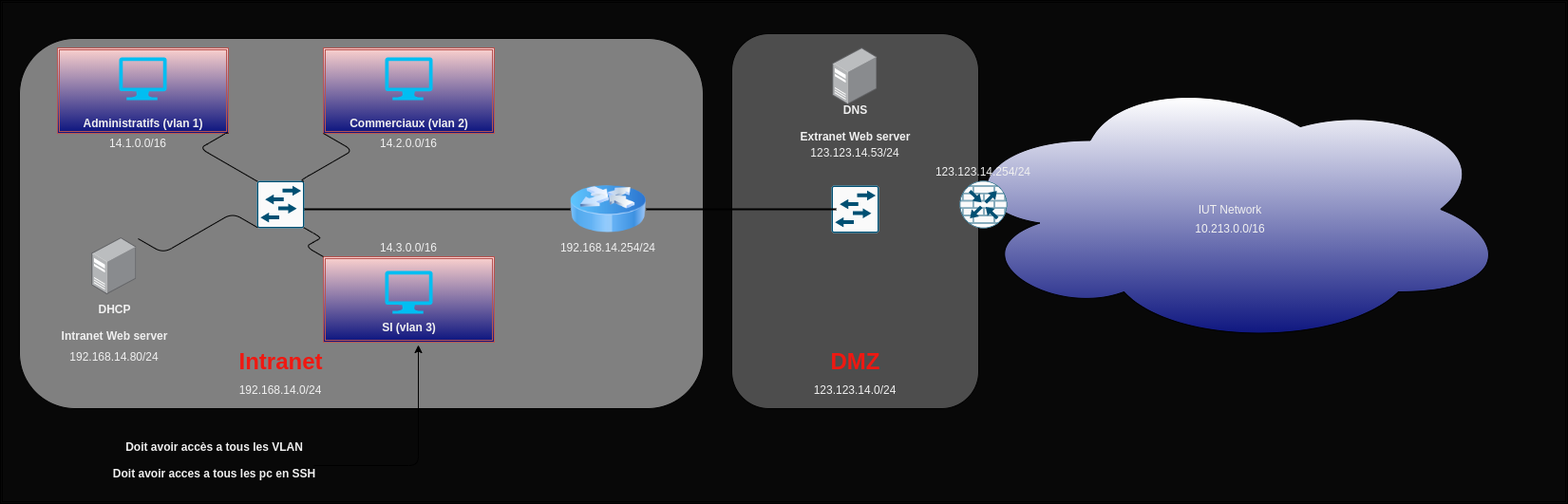
Earlier version of the draw.io export Schema_SAE21.png (PaulBerra/SAE21). Source tidied: cells renumbered, new cells last; positions are measured from the earlier drawing's top-left corner, leaving out a move shared by most shapes.
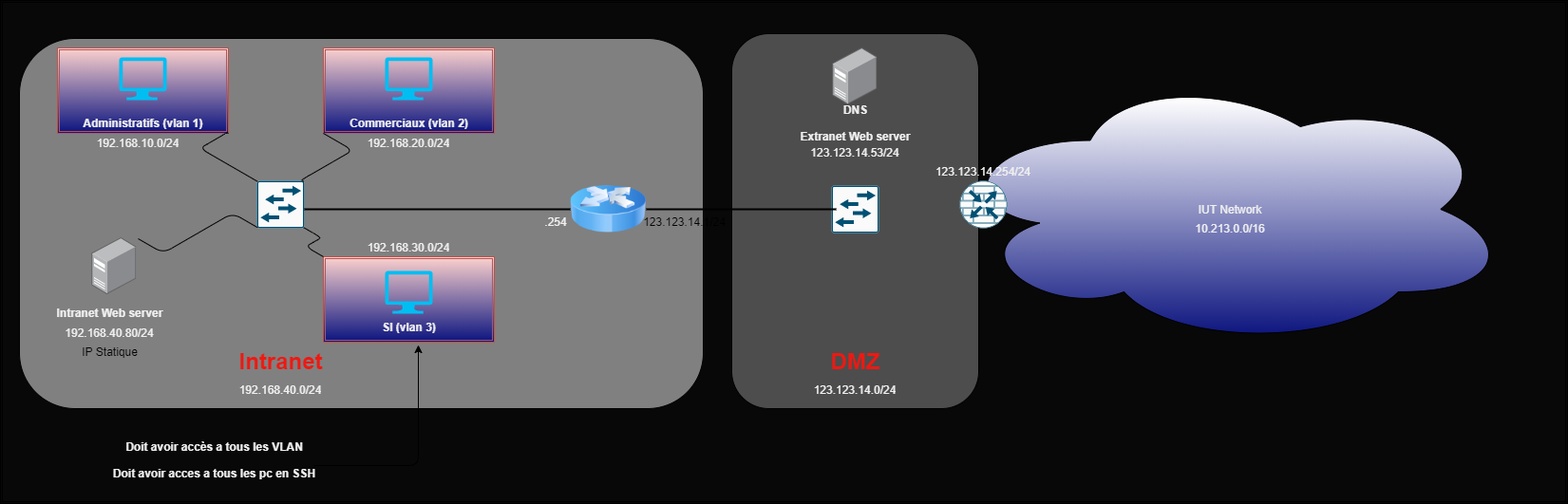
Above is the later version.

The edit, as a diff of the source:
```diff
@@ -49,8 +49,8 @@
     <mxCell id="16" style="points=[];html=1;align=center;shadow=0;dashed=0;image;image=img/lib/allied_telesis/computer_and_terminals/Server_Desktop.svg;fontSize=12;fontColor=#F0F0F0;gradientColor=#0F1780;" parent="1" vertex="1">
       <mxGeometry x="96.3" y="250" width="47.3" height="60" as="geometry" />
     </mxCell>
-    <mxCell id="17" value="&lt;font style=&quot;font-size: 12px&quot; color=&quot;#f0f0f0&quot;&gt;DHCP&lt;br&gt;Intranet Web server&lt;br&gt;&lt;/font&gt;" style="text;strokeColor=none;fillColor=none;html=1;fontSize=24;fontStyle=1;verticalAlign=middle;align=center;fontColor=#F01811;" parent="1" vertex="1">
-      <mxGeometry x="70" y="319.5" width="100" height="30" as="geometry" />
+    <mxCell id="17" value="&lt;font style=&quot;font-size: 12px&quot; color=&quot;#f0f0f0&quot;&gt;Intranet Web server&lt;br&gt;&lt;/font&gt;" style="text;strokeColor=none;fillColor=none;html=1;fontSize=24;fontStyle=1;verticalAlign=middle;align=center;fontColor=#F01811;" parent="1" vertex="1">
+      <mxGeometry x="65" y="310" width="100" height="30" as="geometry" />
     </mxCell>
     <mxCell id="18" style="sketch=0;points=[[0.015,0.015,0],[0.985,0.015,0],[0.985,0.985,0],[0.015,0.985,0],[0.25,0,0],[0.5,0,0],[0.75,0,0],[1,0.25,0],[1,0.5,0],[1,0.75,0],[0.75,1,0],[0.5,1,0],[0.25,1,0],[0,0.75,0],[0,0.5,0],[0,0.25,0]];verticalLabelPosition=bottom;html=1;verticalAlign=top;align=center;shape=mxgraph.cisco19.rect;prIcon=l2_switch;fillColor=#FAFAFA;strokeColor=#005073;fontSize=12;fontColor=#F0F0F0;" parent="1" vertex="1">
       <mxGeometry x="270" y="190" width="50" height="50" as="geometry" />
@@ -105,34 +105,34 @@
     <mxCell id="32" style="sketch=0;verticalLabelPosition=bottom;html=1;verticalAlign=top;align=center;shape=mxgraph.cisco19.rect;prIcon=router_with_firewall;fillColor=#FAFAFA;strokeColor=#005073;fontSize=12;fontColor=#F0F0F0;" parent="1" vertex="1">
       <mxGeometry x="1010" y="190" width="50" height="50" as="geometry" />
     </mxCell>
-    <object id="33" label="192.168.14.0/24" name="Variable" placeholders="1">
+    <object id="33" label="192.168.40.0/24" name="Variable" placeholders="1">
       <mxCell style="text;html=1;strokeColor=none;fillColor=none;align=center;verticalAlign=middle;whiteSpace=wrap;overflow=hidden;fontSize=12;fontColor=#F0F0F0;" parent="1" vertex="1">
         <mxGeometry x="240" y="400" width="110" height="20" as="geometry" />
       </mxCell>
     </object>
-    <object id="34" label="14.1.0.0/16" name="Variable" placeholders="1">
+    <object id="34" label="192.168.10.0/24" name="Variable" placeholders="1">
       <mxCell style="text;html=1;strokeColor=none;fillColor=none;align=center;verticalAlign=middle;whiteSpace=wrap;overflow=hidden;fontSize=12;fontColor=#F0F0F0;" parent="1" vertex="1">
         <mxGeometry x="90" y="140" width="110" height="20" as="geometry" />
       </mxCell>
     </object>
-    <object id="35" label="14.2.0.0/16" name="Variable" placeholders="1">
+    <object id="35" label="192.168.20.0/24" name="Variable" placeholders="1">
       <mxCell style="text;html=1;strokeColor=none;fillColor=none;align=center;verticalAlign=middle;whiteSpace=wrap;overflow=hidden;fontSize=12;fontColor=#F0F0F0;" parent="1" vertex="1">
         <mxGeometry x="375" y="140" width="110" height="20" as="geometry" />
       </mxCell>
     </object>
-    <object id="36" label="14.3.0.0/16" name="Variable" placeholders="1">
+    <object id="36" label="192.168.30.0/24" name="Variable" placeholders="1">
       <mxCell style="text;html=1;strokeColor=none;fillColor=none;align=center;verticalAlign=middle;whiteSpace=wrap;overflow=hidden;fontSize=12;fontColor=#F0F0F0;" parent="1" vertex="1">
         <mxGeometry x="375" y="250" width="110" height="20" as="geometry" />
       </mxCell>
     </object>
-    <object id="37" label="192.168.14.254/24" name="Variable" placeholders="1">
+    <object id="37" label=".254" name="Variable" placeholders="1">
       <mxCell style="text;html=1;strokeColor=none;fillColor=none;align=center;verticalAlign=middle;whiteSpace=wrap;overflow=hidden;fontSize=12;fontColor=#F0F0F0;" parent="1" vertex="1">
-        <mxGeometry x="585" y="250" width="110" height="20" as="geometry" />
+        <mxGeometry x="530" y="222.5" width="110" height="20" as="geometry" />
       </mxCell>
     </object>
-    <object id="38" label="192.168.14.80/24" name="Variable" placeholders="1">
+    <object id="38" label="192.168.40.80/24" name="Variable" placeholders="1">
       <mxCell style="text;html=1;strokeColor=none;fillColor=none;align=center;verticalAlign=middle;whiteSpace=wrap;overflow=hidden;fontSize=12;fontColor=#F0F0F0;" parent="1" vertex="1">
-        <mxGeometry x="65" y="365" width="110" height="20" as="geometry" />
+        <mxGeometry x="60" y="340" width="110" height="20" as="geometry" />
       </mxCell>
     </object>
     <object id="39" label="123.123.14.0/24" name="Variable" placeholders="1">
@@ -155,5 +155,11 @@
         <mxGeometry x="1240" y="230" width="110" height="20" as="geometry" />
       </mxCell>
     </object>
+    <mxCell id="43" value="IP Statique" style="text;html=1;align=center;verticalAlign=middle;fillColor=none;strokeColor=none;rounded=0;" parent="1" vertex="1">
+      <mxGeometry x="80" y="360" width="70" height="20" as="geometry" />
+    </mxCell>
+    <mxCell id="44" value="123.123.14.1/24" style="text;html=1;align=center;verticalAlign=middle;fillColor=none;strokeColor=none;rounded=0;" parent="1" vertex="1">
+      <mxGeometry x="670" y="222.5" width="100" height="20" as="geometry" />
+    </mxCell>
   </root>
 </mxGraphModel>
```
